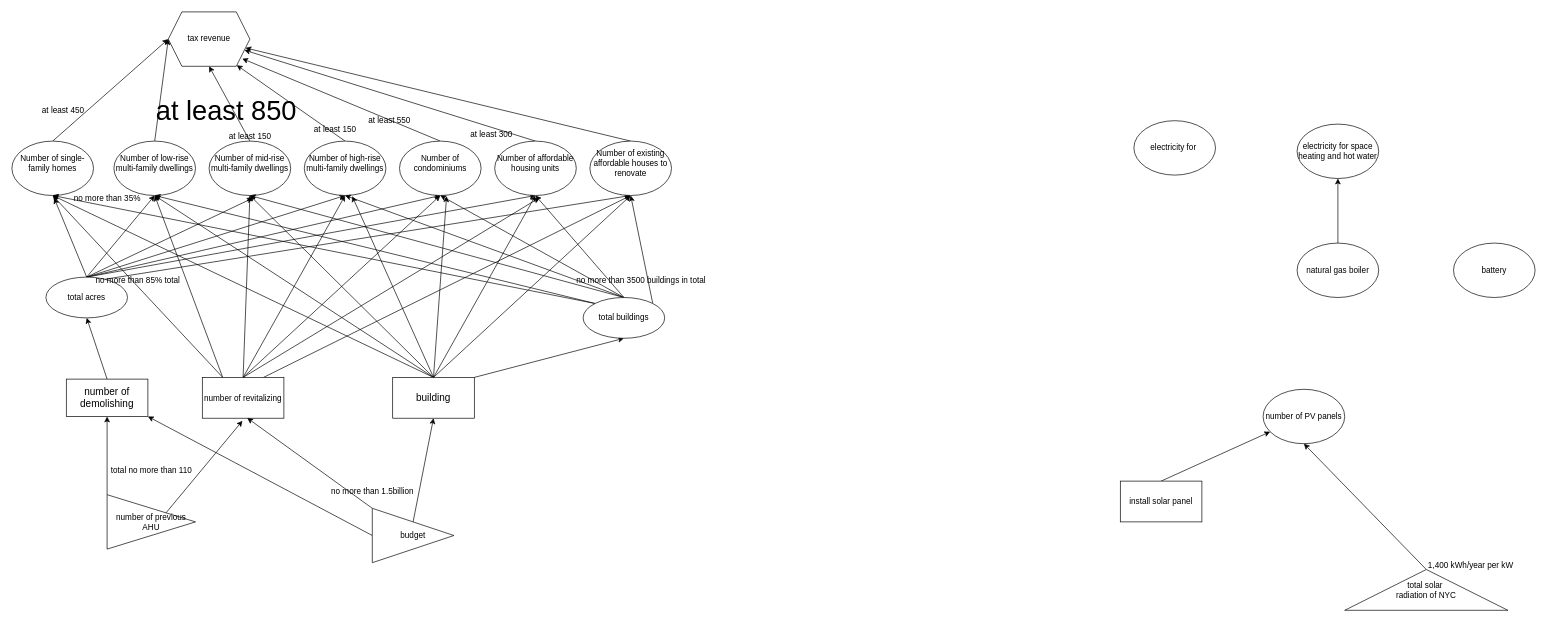
The draw.io diagram influence chart.drawio in CaptainCCCP/Draw-io-cloud, before the edit. Source tidied: cells renumbered, new cells numbered last; positions are measured from the earlier drawing's top-left corner, leaving out a move shared by most shapes. Both pictures are drawn from the tidied source at 68%, with x=0, y=0 at pixel (12, 12).
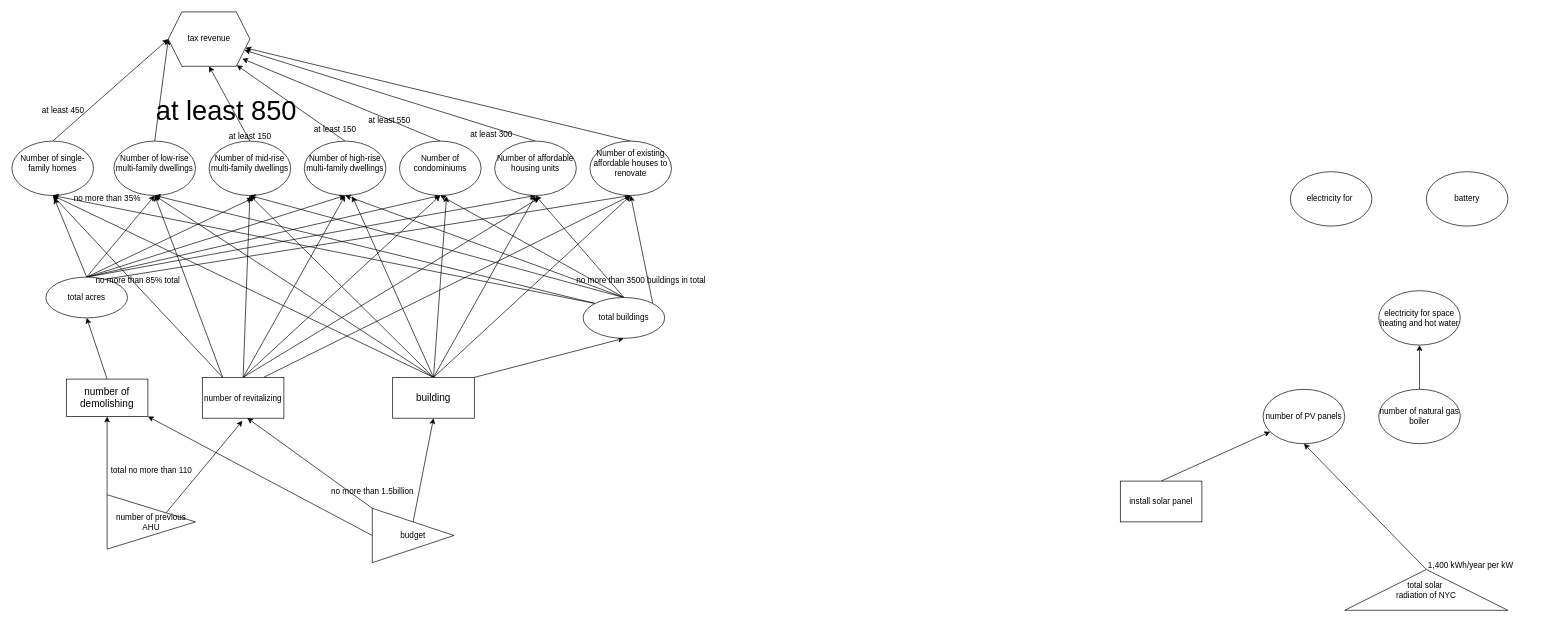
The same page after the edit.

Diff of the diagram source:
```diff
@@
     <mxCell id="71" value="electricity for&amp;nbsp;" style="ellipse;whiteSpace=wrap;html=1;" parent="1" vertex="1">
-      <mxGeometry x="1650" y="160" width="120" height="80" as="geometry" />
+      <mxGeometry x="1880" y="235" width="120" height="80" as="geometry" />
     </mxCell>
@@
-    <mxCell id="73" value="natural gas boiler" style="ellipse;whiteSpace=wrap;html=1;" parent="1" vertex="1">
-      <mxGeometry x="1890" y="340" width="120" height="80" as="geometry" />
+    <mxCell id="73" value="number of natural gas boiler" style="ellipse;whiteSpace=wrap;html=1;" parent="1" vertex="1">
+      <mxGeometry x="2010" y="555" width="120" height="80" as="geometry" />
     </mxCell>
     <mxCell id="74" value="battery" style="ellipse;whiteSpace=wrap;html=1;" parent="1" vertex="1">
-      <mxGeometry x="2120" y="340" width="120" height="80" as="geometry" />
+      <mxGeometry x="2080" y="235" width="120" height="80" as="geometry" />
     </mxCell>
     <mxCell id="75" value="electricity for&amp;nbsp;space heating and hot water" style="ellipse;whiteSpace=wrap;html=1;" parent="1" vertex="1">
-      <mxGeometry x="1890" y="165" width="120" height="80" as="geometry" />
+      <mxGeometry x="2010" y="410" width="120" height="80" as="geometry" />
     </mxCell>
```
